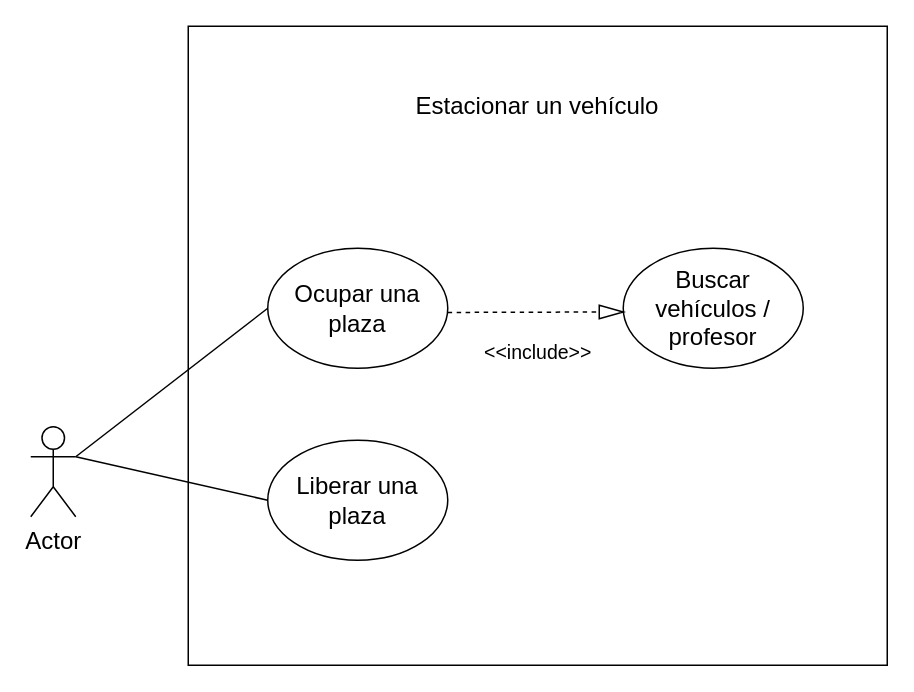
sergiosimonf/Proyecto-Aparcamiento keeps this draw.io diagram as page "Página-2" (2 of 2) of Diagramas/Diagramas/Diagrama de Casos de Uso.drawio. Above is the earlier version. Source tidied: cells renumbered, new cells numbered last; positions are measured from the earlier drawing's top-left corner, leaving out a move shared by most shapes. Both pictures are drawn from the tidied source at 150%, with x=0, y=0 at pixel (30, 26).
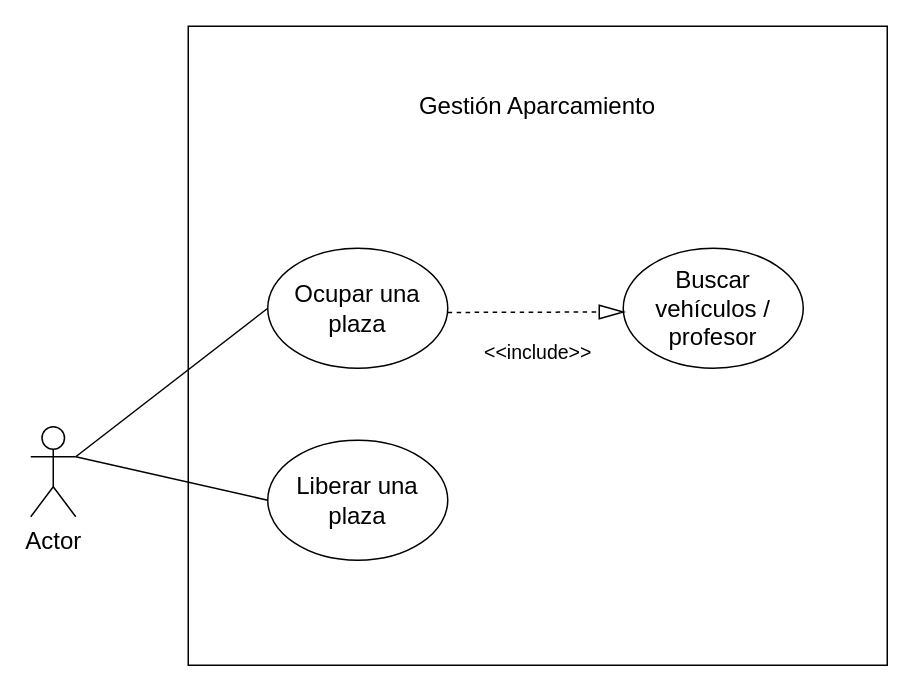
After the change.

Diff of the diagram source:
```diff
@@
 <mxGraphModel>
   <root>
     <mxCell id="0" />
     <mxCell id="1" parent="0" />
     <mxCell id="2" value="Actor" style="shape=umlActor;verticalLabelPosition=bottom;verticalAlign=top;html=1;outlineConnect=0;fontSize=16;" parent="1" vertex="1">
       <mxGeometry y="267" width="30" height="60" as="geometry" />
     </mxCell>
     <mxCell id="3" style="rounded=0;whiteSpace=wrap;html=1;fontSize=16;" parent="1" vertex="1">
       <mxGeometry x="105" width="466" height="426" as="geometry" />
     </mxCell>
-    <mxCell id="4" value="Estacionar un vehículo" style="text;html=1;strokeColor=none;fillColor=none;align=center;verticalAlign=middle;whiteSpace=wrap;rounded=0;fontSize=16;" parent="1" vertex="1">
+    <mxCell id="4" value="Gestión Aparcamiento" style="text;html=1;strokeColor=none;fillColor=none;align=center;verticalAlign=middle;whiteSpace=wrap;rounded=0;fontSize=16;" parent="1" vertex="1">
       <mxGeometry x="251" y="36" width="174" height="33" as="geometry" />
     </mxCell>
     <mxCell id="5" value="Ocupar una plaza" style="ellipse;whiteSpace=wrap;html=1;fontSize=16;" parent="1" vertex="1">
       <mxGeometry x="158" y="148" width="120" height="80" as="geometry" />
     </mxCell>
     <mxCell id="6" value="Liberar una plaza" style="ellipse;whiteSpace=wrap;html=1;fontSize=16;" parent="1" vertex="1">
       <mxGeometry x="158" y="276" width="120" height="80" as="geometry" />
     </mxCell>
     <mxCell id="7" value="Buscar vehículos / profesor" style="ellipse;whiteSpace=wrap;html=1;fontSize=16;" parent="1" vertex="1">
       <mxGeometry x="395" y="148" width="120" height="80" as="geometry" />
     </mxCell>
     <mxCell id="8" style="triangle;whiteSpace=wrap;html=1;fontSize=16;rotation=0;" parent="1" vertex="1">
       <mxGeometry x="379" y="186" width="16" height="9" as="geometry" />
     </mxCell>
     <mxCell id="9" style="endArrow=none;dashed=1;html=1;rounded=0;fontSize=12;startSize=8;endSize=8;curved=1;entryX=0;entryY=0.5;entryDx=0;entryDy=0;" parent="1" edge="1" target="8">
       <mxGeometry relative="1" as="geometry">
         <mxPoint x="278" y="190.8" as="sourcePoint" />
       </mxGeometry>
     </mxCell>
     <mxCell id="10" value="&lt;font style=&quot;font-size: 13px;&quot;&gt;&amp;lt;&amp;lt;include&amp;gt;&amp;gt;&lt;/font&gt;" style="text;html=1;strokeColor=none;fillColor=none;align=center;verticalAlign=middle;whiteSpace=wrap;rounded=0;fontSize=16;" parent="1" vertex="1">
       <mxGeometry x="286.5" y="201" width="103" height="30" as="geometry" />
     </mxCell>
     <mxCell id="11" style="endArrow=none;html=1;rounded=0;fontSize=12;startSize=8;endSize=8;curved=1;exitX=1;exitY=0.3333333333333333;exitDx=0;exitDy=0;exitPerimeter=0;entryX=0;entryY=0.5;entryDx=0;entryDy=0;" parent="1" edge="1" source="2" target="5">
       <mxGeometry relative="1" as="geometry" />
     </mxCell>
     <mxCell id="12" style="endArrow=none;html=1;rounded=0;fontSize=12;startSize=8;endSize=8;curved=1;exitX=1;exitY=0.3333333333333333;exitDx=0;exitDy=0;exitPerimeter=0;entryX=0;entryY=0.5;entryDx=0;entryDy=0;" parent="1" edge="1" source="2" target="6">
       <mxGeometry relative="1" as="geometry" />
     </mxCell>
   </root>
 </mxGraphModel>
```
